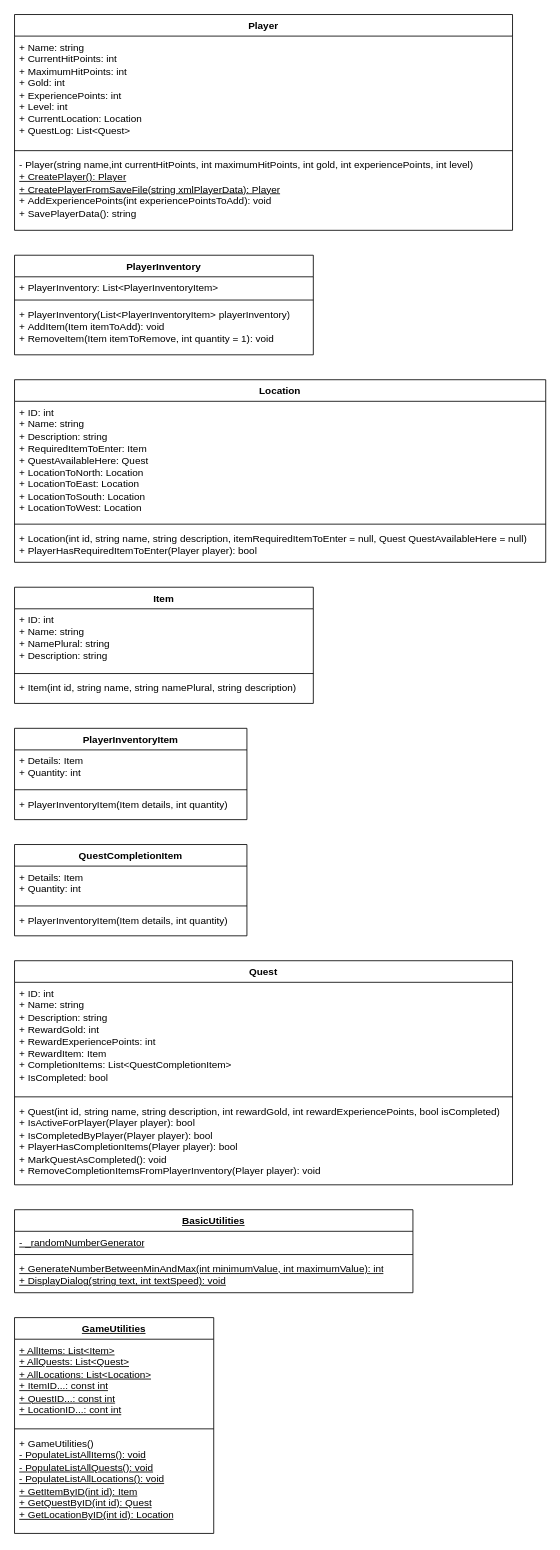
Earlier version of the draw.io diagram Documentation/Class Diagrams/ClassDiagram.drawio (XPsyZchoX/Arcane_Echoes_The_Rise_of_the_Obsidian_Queen). Source tidied: cells renumbered, new cells numbered last; positions are measured from the earlier drawing's top-left corner, leaving out a move shared by most shapes. Both pictures are drawn from the tidied source at 83%, with x=0, y=0 at pixel (14, 14).
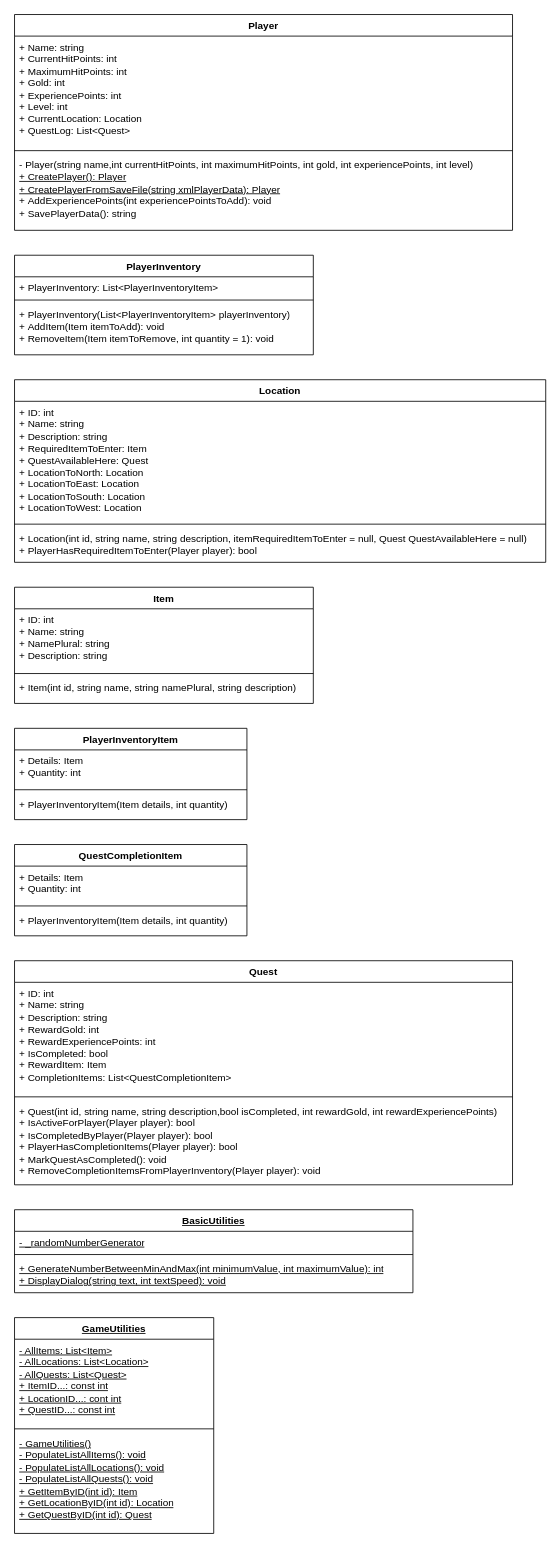
After the change.

Unchanged cells that the change refers to:
```xml
<mxCell id="14" value="Quest" style="swimlane;fontStyle=1;align=center;verticalAlign=top;horizontal=1;startSize=26;whiteSpace=wrap;html=1;" parent="1" vertex="1">
  <mxGeometry y="1140" width="600" height="270" as="geometry" />
</mxCell>
<mxCell id="22" value="&lt;u&gt;GameUtilities&lt;/u&gt;" style="swimlane;fontStyle=1;align=center;verticalAlign=top;horizontal=1;startSize=26;whiteSpace=wrap;html=1;" parent="1" vertex="1">
  <mxGeometry y="1570" width="240" height="260" as="geometry" />
</mxCell>
```

The edit, as a diff of the source:
```diff
@@
-    <mxCell id="15" value="+ ID: int&lt;br&gt;+ Name: string&lt;br&gt;+ Description: string&lt;br&gt;+ RewardGold: int&lt;br&gt;+ RewardExperiencePoints: int&lt;br&gt;+ RewardItem: Item&lt;br&gt;+ CompletionItems: List&amp;lt;QuestCompletionItem&amp;gt;&lt;br&gt;+ IsCompleted: bool" style="text;strokeColor=none;fillColor=none;align=left;verticalAlign=top;spacingLeft=4;spacingRight=4;overflow=hidden;whiteSpace=wrap;html=1;" parent="14" vertex="1">
+    <mxCell id="15" value="+ ID: int&lt;br&gt;+ Name: string&lt;br&gt;+ Description: string&lt;br&gt;+ RewardGold: int&lt;br&gt;+ RewardExperiencePoints: int&lt;br&gt;+ IsCompleted: bool&lt;br&gt;+ RewardItem: Item&lt;br&gt;+ CompletionItems: List&amp;lt;QuestCompletionItem&amp;gt;" style="text;strokeColor=none;fillColor=none;align=left;verticalAlign=top;spacingLeft=4;spacingRight=4;overflow=hidden;whiteSpace=wrap;html=1;" parent="14" vertex="1">
       <mxGeometry y="26" width="600" height="134" as="geometry" />
     </mxCell>
@@
-    <mxCell id="17" value="+ Quest(int id, string name, string description, int rewardGold, int rewardExperiencePoints, bool isCompleted)&lt;br&gt;+ IsActiveForPlayer(Player player): bool&lt;br&gt;+ IsCompletedByPlayer(Player player): bool&lt;br&gt;+&amp;nbsp;PlayerHasCompletionItems(Player player): bool&lt;br&gt;+&amp;nbsp;MarkQuestAsCompleted(): void&lt;br&gt;+&amp;nbsp;RemoveCompletionItemsFromPlayerInventory(Player player): void" style="text;strokeColor=none;fillColor=none;align=left;verticalAlign=top;spacingLeft=4;spacingRight=4;overflow=hidden;whiteSpace=wrap;html=1;" parent="14" vertex="1">
+    <mxCell id="17" value="+ Quest(int id, string name, string description,bool isCompleted,&amp;nbsp;int rewardGold, int rewardExperiencePoints)&lt;br&gt;+ IsActiveForPlayer(Player player): bool&lt;br&gt;+ IsCompletedByPlayer(Player player): bool&lt;br&gt;+&amp;nbsp;PlayerHasCompletionItems(Player player): bool&lt;br&gt;+&amp;nbsp;MarkQuestAsCompleted(): void&lt;br&gt;+&amp;nbsp;RemoveCompletionItemsFromPlayerInventory(Player player): void" style="text;strokeColor=none;fillColor=none;align=left;verticalAlign=top;spacingLeft=4;spacingRight=4;overflow=hidden;whiteSpace=wrap;html=1;" parent="14" vertex="1">
       <mxGeometry y="168" width="600" height="102" as="geometry" />
     </mxCell>
@@
-    <mxCell id="23" value="&lt;u&gt;+ AllItems: List&amp;lt;Item&amp;gt;&lt;br&gt;+ AllQuests: List&amp;lt;Quest&amp;gt;&lt;br&gt;+ AllLocations: List&amp;lt;Location&amp;gt;&lt;br&gt;+ ItemID...: const int&lt;br&gt;+ QuestID...: const int&lt;br&gt;+ LocationID...: cont int&lt;/u&gt;" style="text;strokeColor=none;fillColor=none;align=left;verticalAlign=top;spacingLeft=4;spacingRight=4;overflow=hidden;whiteSpace=wrap;html=1;" parent="22" vertex="1">
+    <mxCell id="23" value="&lt;u&gt;- AllItems: List&amp;lt;Item&amp;gt;&lt;br&gt;&lt;/u&gt;&lt;u style=&quot;border-color: var(--border-color);&quot;&gt;- AllLocations: List&amp;lt;Location&amp;gt;&lt;/u&gt;&lt;u&gt;&lt;br&gt;- AllQuests: List&amp;lt;Quest&amp;gt;&lt;br&gt;+ ItemID...: const int&lt;br&gt;&lt;/u&gt;&lt;u style=&quot;border-color: var(--border-color);&quot;&gt;+ LocationID...: cont int&lt;/u&gt;&lt;u&gt;&lt;br&gt;+ QuestID...: const int&lt;br&gt;&lt;/u&gt;" style="text;strokeColor=none;fillColor=none;align=left;verticalAlign=top;spacingLeft=4;spacingRight=4;overflow=hidden;whiteSpace=wrap;html=1;" parent="22" vertex="1">
       <mxGeometry y="26" width="240" height="104" as="geometry" />
     </mxCell>
@@
-    <mxCell id="25" value="+&amp;nbsp;&lt;span style=&quot;border-color: var(--border-color); text-align: center;&quot;&gt;GameUtilities()&lt;/span&gt;&lt;br&gt;&lt;u&gt;- PopulateListAllItems(): void&lt;/u&gt;&lt;br&gt;&lt;u&gt;- PopulateListAllQuests(): void&lt;/u&gt;&lt;br&gt;&lt;u&gt;- PopulateListAllLocations(): void&lt;/u&gt;&lt;br&gt;&lt;u&gt;+&amp;nbsp;GetItemByID(int id): Item&lt;/u&gt;&lt;br&gt;&lt;u&gt;+&amp;nbsp;GetQuestByID(int id): Quest&lt;/u&gt;&lt;br&gt;&lt;u&gt;+&amp;nbsp;GetLocationByID(int id): Location&lt;/u&gt;" style="text;strokeColor=none;fillColor=none;align=left;verticalAlign=top;spacingLeft=4;spacingRight=4;overflow=hidden;whiteSpace=wrap;html=1;" parent="22" vertex="1">
+    <mxCell id="25" value="&lt;u&gt;-&amp;nbsp;&lt;span style=&quot;border-color: var(--border-color); text-align: center;&quot;&gt;GameUtilities()&lt;/span&gt;&lt;br&gt;- PopulateListAllItems(): void&lt;br&gt;&lt;/u&gt;&lt;u style=&quot;border-color: var(--border-color);&quot;&gt;- PopulateListAllLocations(): void&lt;/u&gt;&lt;u&gt;&lt;br&gt;- PopulateListAllQuests(): void&lt;br&gt;+&amp;nbsp;GetItemByID(int id): Item&lt;br&gt;&lt;/u&gt;&lt;u style=&quot;border-color: var(--border-color);&quot;&gt;+&amp;nbsp;GetLocationByID(int id): Location&lt;/u&gt;&lt;u&gt;&lt;br&gt;+&amp;nbsp;GetQuestByID(int id): Quest&lt;br&gt;&lt;/u&gt;" style="text;strokeColor=none;fillColor=none;align=left;verticalAlign=top;spacingLeft=4;spacingRight=4;overflow=hidden;whiteSpace=wrap;html=1;" parent="22" vertex="1">
       <mxGeometry y="138" width="240" height="122" as="geometry" />
     </mxCell>
```
